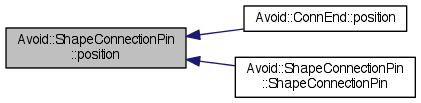
mjwybrow/adaptagrams keeps this Graphviz diagram as documentation/classAvoid_1_1ShapeConnectionPin_ad2b8489330ed961df41adad3e4a5f88d_icgraph.png. Above is the earlier version. Its source is kept beside it as documentation/classAvoid_1_1ShapeConnectionPin_ad2b8489330ed961df41adad3e4a5f88d_icgraph.dot.
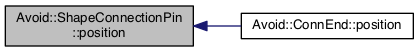
The same file after the commit.

What changed in the source:
```diff
@@ -3,9 +3,7 @@
   edge [fontname="Helvetica",fontsize="10",labelfontname="Helvetica",labelfontsize="10"];
   node [fontname="Helvetica",fontsize="10",shape=record];
   rankdir="LR";
-  Node1 [label="Avoid::ShapeConnectionPin\l::position",height=0.2,width=0.4,color="black", fillcolor="grey75", style="filled" fontcolor="black"];
+  Node1 [label="Avoid::ShapeConnectionPin\l::position",height=0.2,width=0.4,color="black", fillcolor="grey75", style="filled", fontcolor="black"];
   Node1 -> Node2 [dir="back",color="midnightblue",fontsize="10",style="solid",fontname="Helvetica"];
-  Node2 [label="Avoid::ConnEnd::position",height=0.2,width=0.4,color="black", fillcolor="white", style="filled",URL="$classAvoid_1_1ConnEnd.html#a76b8fc2d233cff0925b0fa3fc47e61d8",tooltip="Returns the position of this connector endpoint."];
-  Node1 -> Node3 [dir="back",color="midnightblue",fontsize="10",style="solid",fontname="Helvetica"];
-  Node3 [label="Avoid::ShapeConnectionPin\l::ShapeConnectionPin",height=0.2,width=0.4,color="black", fillcolor="white", style="filled",URL="$classAvoid_1_1ShapeConnectionPin.html#a8dc56d20fdd481de3ffc0a11f54ae373",tooltip="Constructs a ShapeConnectionPin at a specified position on a parent shape."];
+  Node2 [label="Avoid::ConnEnd::position",height=0.2,width=0.4,color="black", fillcolor="white", style="filled",URL="$classAvoid_1_1ConnEnd.html#a76b8fc2d233cff0925b0fa3fc47e61d8",tooltip="Returns the position of this connector endpoint. "];
 }
```
